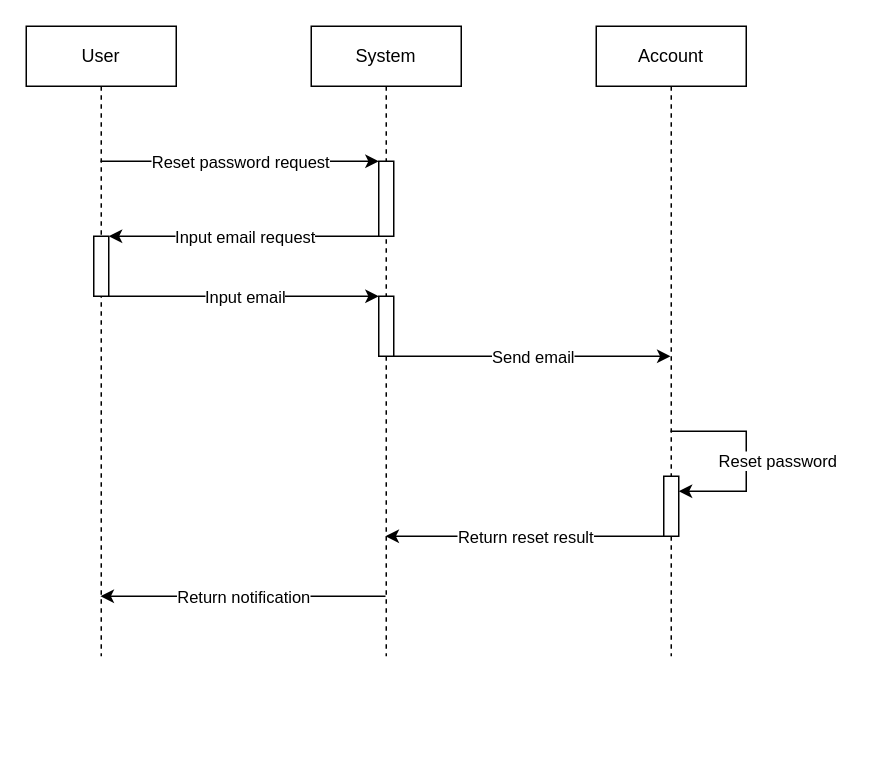
Before: Document/log_sq_diagram.drawio in namcao502/MUSIC, a draw.io diagram. Source tidied: cells renumbered, new cells numbered last; positions are measured from the earlier drawing's top-left corner, leaving out a move shared by most shapes. Both pictures are drawn from the tidied source at 150%, with x=0, y=0 at pixel (26, 26).
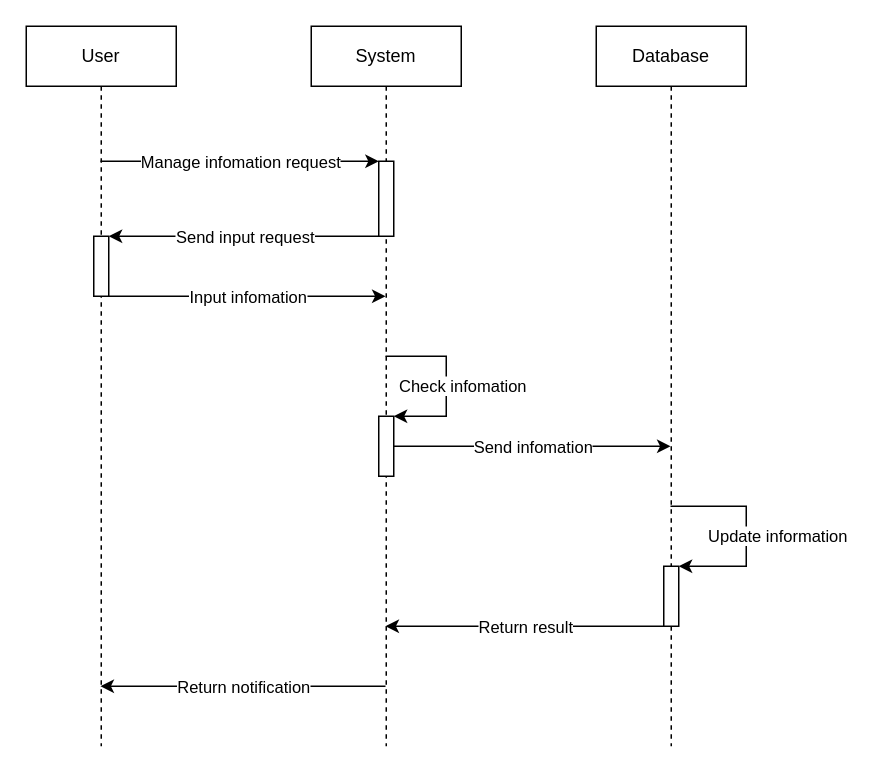
The same page after the edit.

Unchanged cells that the change refers to:
```xml
<mxCell id="3" style="html=1;points=[];perimeter=orthogonalPerimeter;outlineConnect=0;targetShapes=umlLifeline;portConstraint=eastwest;newEdgeStyle={&quot;edgeStyle&quot;:&quot;elbowEdgeStyle&quot;,&quot;elbow&quot;:&quot;vertical&quot;,&quot;curved&quot;:0,&quot;rounded&quot;:0};" parent="2" vertex="1">
  <mxGeometry x="45" y="140" width="10" height="40" as="geometry" />
</mxCell>
<mxCell id="11" style="endArrow=classic;html=1;rounded=0;" parent="1" edge="1" source="2" target="5">
  <mxGeometry relative="1" as="geometry">
    <Array as="points">
      <mxPoint x="150" y="90" />
    </Array>
  </mxGeometry>
</mxCell>
<mxCell id="13" style="endArrow=classic;html=1;rounded=0;" parent="1" edge="1" source="5" target="3">
  <mxGeometry relative="1" as="geometry" />
</mxCell>
```

Change to the diagram source:
```diff
@@
     <mxCell id="2" value="User" style="shape=umlLifeline;perimeter=lifelinePerimeter;whiteSpace=wrap;html=1;outlineConnect=0;portConstraint=eastwest;newEdgeStyle={&quot;edgeStyle&quot;:&quot;elbowEdgeStyle&quot;,&quot;elbow&quot;:&quot;vertical&quot;,&quot;curved&quot;:0,&quot;rounded&quot;:0};" parent="1" vertex="1">
-      <mxGeometry width="100" height="420" as="geometry" />
+      <mxGeometry width="100" height="480" as="geometry" />
     </mxCell>
@@
     <mxCell id="4" value="System" style="shape=umlLifeline;perimeter=lifelinePerimeter;whiteSpace=wrap;html=1;outlineConnect=0;portConstraint=eastwest;newEdgeStyle={&quot;edgeStyle&quot;:&quot;elbowEdgeStyle&quot;,&quot;elbow&quot;:&quot;vertical&quot;,&quot;curved&quot;:0,&quot;rounded&quot;:0};" parent="1" vertex="1">
-      <mxGeometry x="190" width="100" height="420" as="geometry" />
+      <mxGeometry x="190" width="100" height="480" as="geometry" />
     </mxCell>
@@
-    <mxCell id="6" style="html=1;points=[];perimeter=orthogonalPerimeter;outlineConnect=0;targetShapes=umlLifeline;portConstraint=eastwest;newEdgeStyle={&quot;edgeStyle&quot;:&quot;elbowEdgeStyle&quot;,&quot;elbow&quot;:&quot;vertical&quot;,&quot;curved&quot;:0,&quot;rounded&quot;:0};" parent="4" vertex="1">
-      <mxGeometry x="45" y="180" width="10" height="40" as="geometry" />
-    </mxCell>
+    <mxCell id="23" style="html=1;points=[];perimeter=orthogonalPerimeter;outlineConnect=0;targetShapes=umlLifeline;portConstraint=eastwest;newEdgeStyle={&quot;edgeStyle&quot;:&quot;elbowEdgeStyle&quot;,&quot;elbow&quot;:&quot;vertical&quot;,&quot;curved&quot;:0,&quot;rounded&quot;:0};" parent="4" vertex="1">
+      <mxGeometry x="45" y="260" width="10" height="40" as="geometry" />
+    </mxCell>
+    <mxCell id="24" style="endArrow=classic;html=1;rounded=0;" parent="4" edge="1" source="4" target="23">
+      <mxGeometry relative="1" as="geometry">
+        <Array as="points">
+          <mxPoint x="70" y="220" />
+          <mxPoint x="90" y="220" />
+          <mxPoint x="90" y="260" />
+          <mxPoint x="70" y="260" />
+        </Array>
+      </mxGeometry>
+    </mxCell>
+    <mxCell id="25" value="Check infomation" style="edgeLabel;html=1;align=center;verticalAlign=middle;" parent="24" vertex="1">
+      <mxGeometry relative="1" as="geometry">
+        <mxPoint x="10" y="2" as="offset" />
+      </mxGeometry>
+    </mxCell>
-    <mxCell id="7" value="Account" style="shape=umlLifeline;perimeter=lifelinePerimeter;whiteSpace=wrap;html=1;outlineConnect=0;portConstraint=eastwest;newEdgeStyle={&quot;edgeStyle&quot;:&quot;elbowEdgeStyle&quot;,&quot;elbow&quot;:&quot;vertical&quot;,&quot;curved&quot;:0,&quot;rounded&quot;:0};" parent="1" vertex="1">
-      <mxGeometry x="380" width="100" height="420" as="geometry" />
+    <mxCell id="7" value="Database" style="shape=umlLifeline;perimeter=lifelinePerimeter;whiteSpace=wrap;html=1;outlineConnect=0;portConstraint=eastwest;newEdgeStyle={&quot;edgeStyle&quot;:&quot;elbowEdgeStyle&quot;,&quot;elbow&quot;:&quot;vertical&quot;,&quot;curved&quot;:0,&quot;rounded&quot;:0};" parent="1" vertex="1">
+      <mxGeometry x="380" width="100" height="480" as="geometry" />
     </mxCell>
     <mxCell id="8" style="endArrow=classic;html=1;rounded=0;" parent="7" edge="1" source="7" target="10">
       <mxGeometry relative="1" as="geometry">
         <Array as="points">
-          <mxPoint x="70" y="270" />
-          <mxPoint x="100" y="270" />
-          <mxPoint x="100" y="310" />
+          <mxPoint x="70" y="320" />
+          <mxPoint x="100" y="320" />
+          <mxPoint x="100" y="360" />
         </Array>
       </mxGeometry>
     </mxCell>
-    <mxCell id="9" value="Reset password" style="edgeLabel;html=1;align=center;verticalAlign=middle;" parent="8" vertex="1">
+    <mxCell id="9" value="Update information" style="edgeLabel;html=1;align=center;verticalAlign=middle;" parent="8" vertex="1">
       <mxGeometry relative="1" as="geometry">
         <mxPoint x="20" y="2" as="offset" />
       </mxGeometry>
     </mxCell>
     <mxCell id="10" style="html=1;points=[];perimeter=orthogonalPerimeter;outlineConnect=0;targetShapes=umlLifeline;portConstraint=eastwest;newEdgeStyle={&quot;edgeStyle&quot;:&quot;elbowEdgeStyle&quot;,&quot;elbow&quot;:&quot;vertical&quot;,&quot;curved&quot;:0,&quot;rounded&quot;:0};" parent="7" vertex="1">
-      <mxGeometry x="45" y="300" width="10" height="40" as="geometry" />
+      <mxGeometry x="45" y="360" width="10" height="40" as="geometry" />
     </mxCell>
@@
-    <mxCell id="12" value="Reset password request" style="edgeLabel;html=1;align=center;verticalAlign=middle;" parent="11" vertex="1">
+    <mxCell id="12" value="Manage infomation request" style="edgeLabel;html=1;align=center;verticalAlign=middle;" parent="11" vertex="1">
       <mxGeometry relative="1" as="geometry" />
     </mxCell>
@@
-    <mxCell id="14" value="Input email request" style="edgeLabel;html=1;align=center;verticalAlign=middle;" parent="13" vertex="1">
+    <mxCell id="14" value="Send input request" style="edgeLabel;html=1;align=center;verticalAlign=middle;" parent="13" vertex="1">
       <mxGeometry relative="1" as="geometry" />
     </mxCell>
-    <mxCell id="15" style="endArrow=classic;html=1;rounded=0;" parent="1" edge="1" source="3" target="6">
-      <mxGeometry relative="1" as="geometry" />
+    <mxCell id="15" style="endArrow=classic;html=1;rounded=0;" parent="1" edge="1" source="3" target="4">
+      <mxGeometry relative="1" as="geometry">
+        <Array as="points">
+          <mxPoint x="140" y="180" />
+        </Array>
+      </mxGeometry>
     </mxCell>
-    <mxCell id="16" value="Input email" style="edgeLabel;html=1;align=center;verticalAlign=middle;" parent="15" vertex="1">
+    <mxCell id="16" value="Input infomation" style="edgeLabel;html=1;align=center;verticalAlign=middle;" parent="15" vertex="1">
       <mxGeometry relative="1" as="geometry" />
     </mxCell>
-    <mxCell id="17" style="endArrow=classic;html=1;rounded=0;" parent="1" edge="1">
-      <mxGeometry relative="1" as="geometry">
-        <mxPoint x="245" y="220" as="sourcePoint" />
-        <mxPoint x="429.5" y="220" as="targetPoint" />
-      </mxGeometry>
+    <mxCell id="17" style="endArrow=classic;html=1;rounded=0;" parent="1" edge="1" source="23" target="7">
+      <mxGeometry relative="1" as="geometry" />
     </mxCell>
-    <mxCell id="18" value="Send email" style="edgeLabel;html=1;align=center;verticalAlign=middle;" parent="17" vertex="1">
+    <mxCell id="18" value="Send infomation" style="edgeLabel;html=1;align=center;verticalAlign=middle;" parent="17" vertex="1">
       <mxGeometry relative="1" as="geometry" />
     </mxCell>
     <mxCell id="19" style="endArrow=classic;html=1;rounded=0;" parent="1" edge="1" source="10" target="4">
       <mxGeometry relative="1" as="geometry">
         <Array as="points">
-          <mxPoint x="390" y="340" />
+          <mxPoint x="410" y="400" />
+          <mxPoint x="390" y="400" />
+          <mxPoint x="350" y="400" />
+          <mxPoint x="310" y="400" />
         </Array>
       </mxGeometry>
     </mxCell>
-    <mxCell id="20" value="Return reset result" style="edgeLabel;html=1;align=center;verticalAlign=middle;" parent="19" vertex="1">
+    <mxCell id="20" value="Return result" style="edgeLabel;html=1;align=center;verticalAlign=middle;" parent="19" vertex="1">
       <mxGeometry relative="1" as="geometry" />
     </mxCell>
     <mxCell id="21" style="endArrow=classic;html=1;rounded=0;" parent="1" edge="1" source="4" target="2">
       <mxGeometry relative="1" as="geometry">
         <Array as="points">
-          <mxPoint x="230" y="380" />
-          <mxPoint x="210" y="380" />
+          <mxPoint x="230" y="440" />
+          <mxPoint x="210" y="440" />
         </Array>
       </mxGeometry>
     </mxCell>
```
